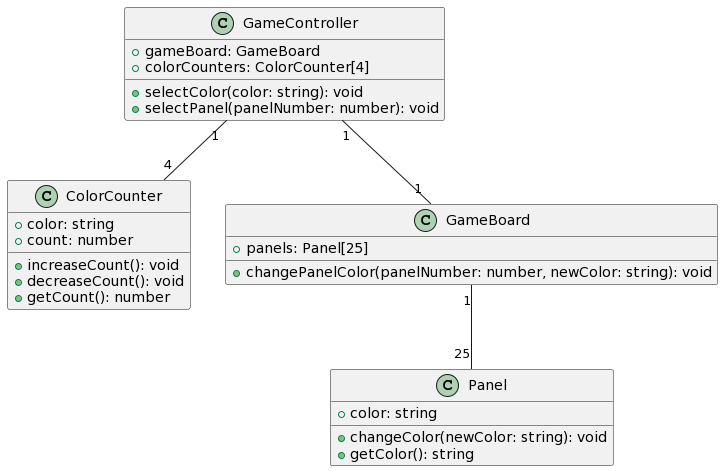
Above: docs/class-diagram.png in AkamatsuYuu1987/TS-Attack25 (PlantUML), before the change.
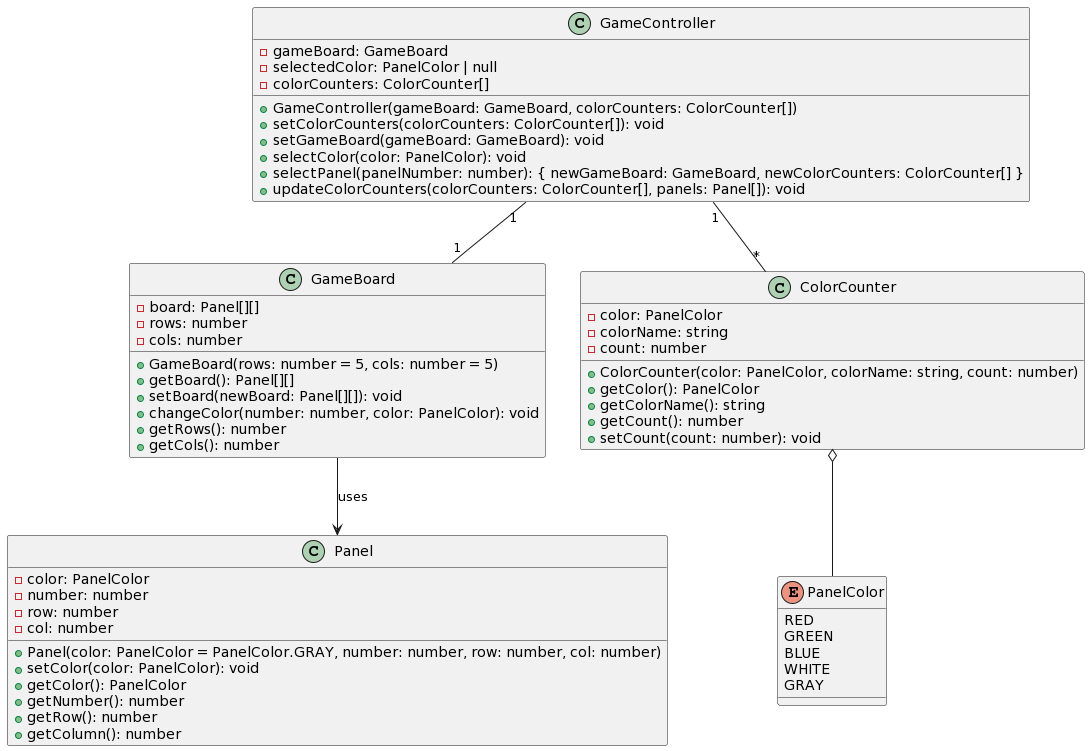
The same diagram one commit later.

Commit message:
クラス図最新化

Change to the diagram source:
```diff
@@ -1,31 +1,62 @@
 @startuml
 class Panel {
-  +color: string
-  +changeColor(newColor: string): void
-  +getColor(): string
+  - color: PanelColor
+  - number: number
+  - row: number
+  - col: number
+  + Panel(color: PanelColor = PanelColor.GRAY, number: number, row: number, col: number)
+  + setColor(color: PanelColor): void
+  + getColor(): PanelColor
+  + getNumber(): number
+  + getRow(): number
+  + getColumn(): number
+}
+
+enum PanelColor {
+  RED
+  GREEN
+  BLUE
+  WHITE
+  GRAY
+}
+
+class GameBoard {
+  - board: Panel[][]
+  - rows: number
+  - cols: number
+  + GameBoard(rows: number = 5, cols: number = 5)
+  + getBoard(): Panel[][]
+  + setBoard(newBoard: Panel[][]): void
+  + changeColor(number: number, color: PanelColor): void
+  + getRows(): number
+  + getCols(): number
+}
+
+class GameController {
+  - gameBoard: GameBoard
+  - selectedColor: PanelColor | null
+  - colorCounters: ColorCounter[]
+  + GameController(gameBoard: GameBoard, colorCounters: ColorCounter[])
+  + setColorCounters(colorCounters: ColorCounter[]): void
+  + setGameBoard(gameBoard: GameBoard): void
+  + selectColor(color: PanelColor): void
+  + selectPanel(panelNumber: number): { newGameBoard: GameBoard, newColorCounters: ColorCounter[] }
+  + updateColorCounters(colorCounters: ColorCounter[], panels: Panel[]): void
 }
 
 class ColorCounter {
-  +color: string
-  +count: number
-  +increaseCount(): void
-  +decreaseCount(): void
-  +getCount(): number
+  - color: PanelColor
+  - colorName: string
+  - count: number
+  + ColorCounter(color: PanelColor, colorName: string, count: number)
+  + getColor(): PanelColor
+  + getColorName(): string
+  + getCount(): number
+  + setCount(count: number): void
 }
 
-class GameBoard {
-  +panels: Panel[25]
-  +changePanelColor(panelNumber: number, newColor: string): void
-}
-
-class GameController {
-  +gameBoard: GameBoard
-  +colorCounters: ColorCounter[4]
-  +selectColor(color: string): void
-  +selectPanel(panelNumber: number): void
-}
-
-GameBoard "1" -- "25" Panel
+GameBoard --> Panel: uses
 GameController "1" -- "1" GameBoard
-GameController "1" -- "4" ColorCounter
+GameController "1" -- "*" ColorCounter
+ColorCounter o-- PanelColor
 @enduml
```
